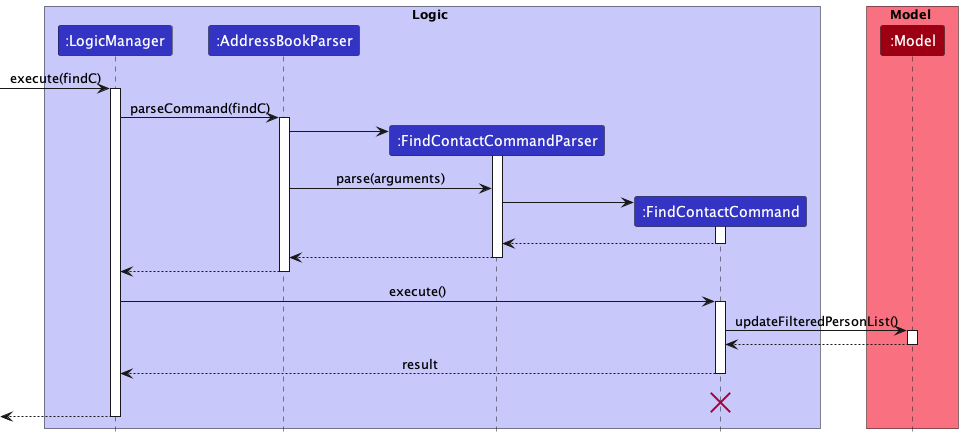
Before: docs/images/FindContactSequenceDiagram.png, a diagram exported from PlantUML (nus-cs2103-AY2223S1/tp). Source of this version:
```plantuml
@startuml
!include style.puml

box Logic LOGIC_COLOR_T1
participant ":LogicManager" as LogicManager LOGIC_COLOR
participant ":AddressBookParser" as AddressBookParser LOGIC_COLOR
participant ":FindContactCommandParser" as FindContactCommandParser LOGIC_COLOR
participant ":FindContactCommand" as FindContactCommand LOGIC_COLOR
end box

box Model MODEL_COLOR_T1
participant ":Model" as Model MODEL_COLOR
end box

[-> LogicManager : execute(findC)
activate LogicManager

LogicManager -> AddressBookParser : parseCommand(findC)
activate AddressBookParser

create FindContactCommandParser
AddressBookParser -> FindContactCommandParser
activate FindContactCommandParser

AddressBookParser -> FindContactCommandParser : parse(arguments)

create FindContactCommand
FindContactCommandParser -> FindContactCommand
activate FindContactCommand

FindContactCommand --> FindContactCommandParser
deactivate FindContactCommand

FindContactCommandParser --> AddressBookParser
deactivate FindContactCommandParser

AddressBookParser --> LogicManager
deactivate AddressBookParser

LogicManager -> FindContactCommand : execute()
activate FindContactCommand

FindContactCommand -> Model : updateFilteredPersonList()
activate Model

Model --> FindContactCommand
deactivate Model

FindContactCommand --> LogicManager : result
deactivate FindContactCommand
FindContactCommand -[hidden]-> LogicManager : result
destroy FindContactCommand

[<--LogicManager
deactivate LogicManager
@enduml
```
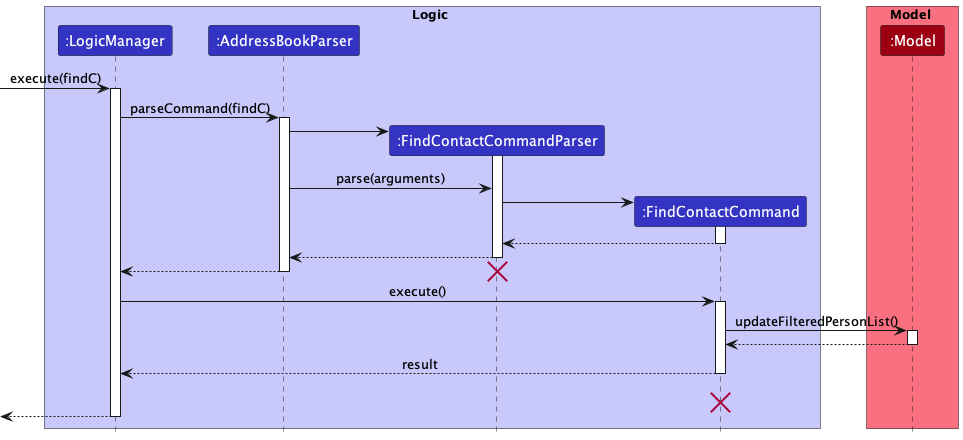
After the commit.

Commit message:
update find contact command sequence diagram in DG

What changed in the source:
```diff
@@ -35,6 +35,7 @@
 deactivate FindContactCommandParser
 
 AddressBookParser --> LogicManager
+destroy FindContactCommandParser
 deactivate AddressBookParser
 
 LogicManager -> FindContactCommand : execute()
```
